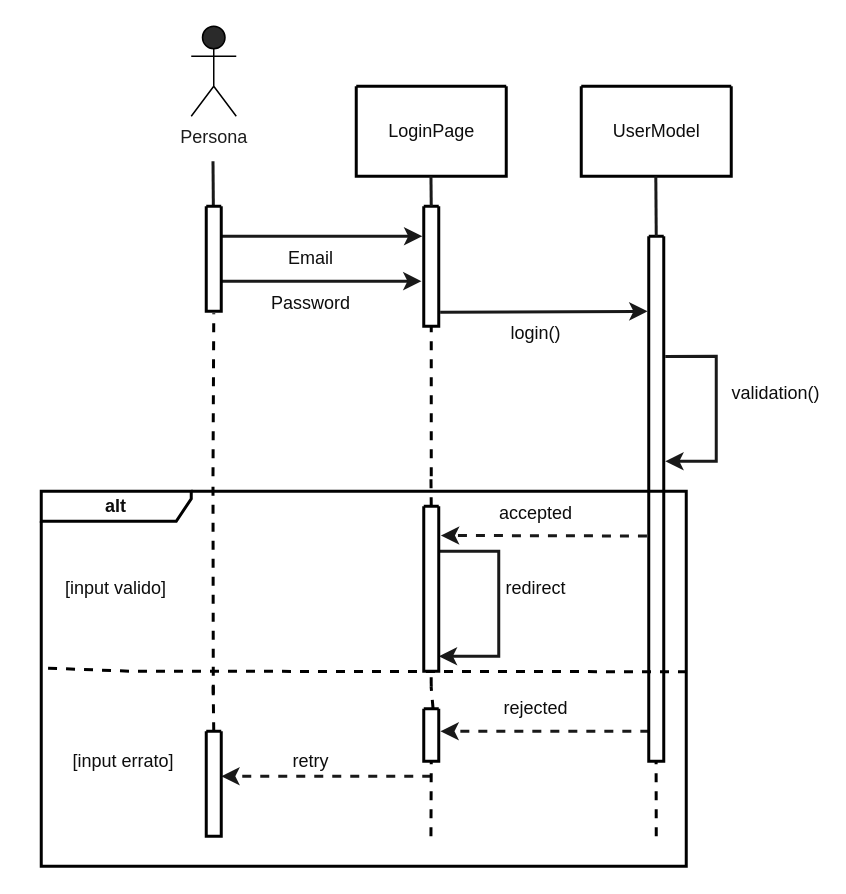
The draw.io diagram doc/LoginSeq.drawio in 446f6e6e79/ConfiguratoreAuto, before the edit. Source tidied: cells renumbered, new cells numbered last; positions are measured from the earlier drawing's top-left corner, leaving out a move shared by most shapes. Both pictures are drawn from the tidied source at 150%, with x=0, y=0 at pixel (26, 26).
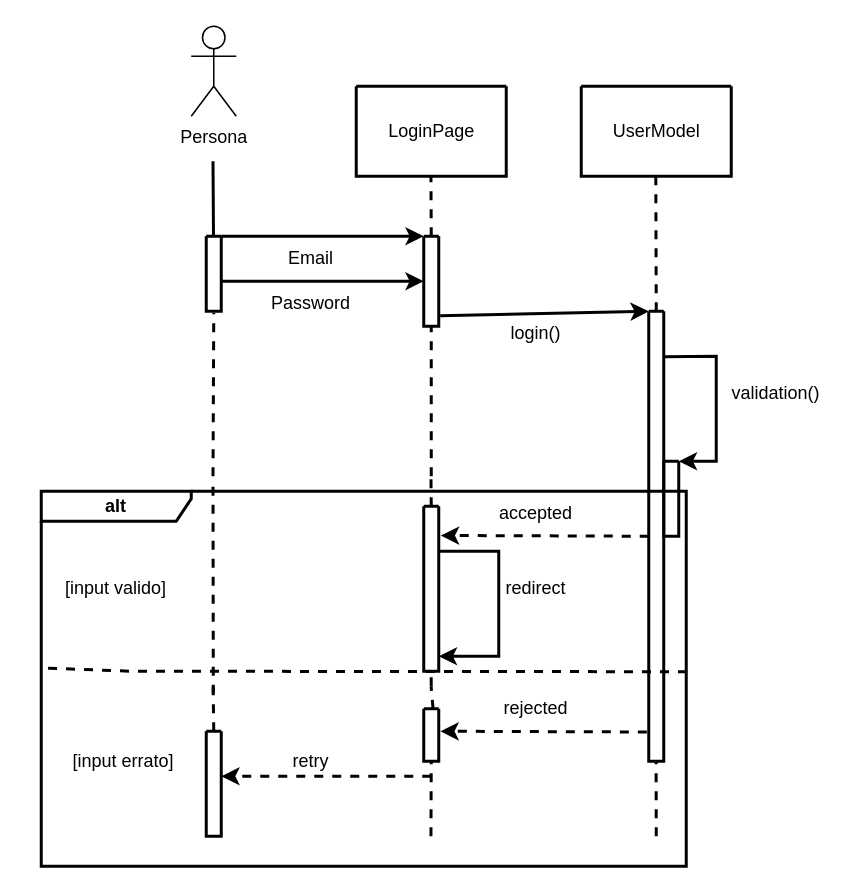
The same page after the edit.

The edit, as a diff of the source:
```diff
@@
-    <mxCell id="2" value="&lt;b&gt;alt&lt;/b&gt;" style="shape=umlFrame;whiteSpace=wrap;html=1;labelBackgroundColor=none;strokeColor=#000000;strokeWidth=2;fontColor=#0D0D0D;fillColor=none;width=100;height=20;" parent="1" vertex="1">
+    <mxCell id="2" value="&lt;b&gt;alt&lt;/b&gt;" style="shape=umlFrame;whiteSpace=wrap;html=1;labelBackgroundColor=none;strokeWidth=2;fillColor=none;width=100;height=20;" parent="1" vertex="1">
       <mxGeometry x="10" y="310" width="430" height="250" as="geometry" />
     </mxCell>
-    <mxCell id="3" value="Persona&lt;br&gt;" style="shape=umlActor;verticalLabelPosition=bottom;verticalAlign=top;html=1;fillColor=#2A2A2A;strokeColor=#000000;fontColor=#1C1C1C;" parent="1" vertex="1">
+    <mxCell id="3" value="Persona&lt;br&gt;" style="shape=umlActor;verticalLabelPosition=bottom;verticalAlign=top;html=1;" parent="1" vertex="1">
       <mxGeometry x="110" width="30" height="60" as="geometry" />
     </mxCell>
-    <mxCell id="4" style="endArrow=none;html=1;rounded=0;fontColor=#0D0D0D;strokeColor=#191919;strokeWidth=2;" parent="1" edge="1" source="13">
+    <mxCell id="4" style="endArrow=none;html=1;rounded=0;strokeWidth=2;" parent="1" edge="1" source="13">
       <mxGeometry relative="1" as="geometry">
         <mxPoint x="124.5" y="90" as="targetPoint" />
       </mxGeometry>
     </mxCell>
-    <mxCell id="5" style="swimlane;startSize=0;strokeColor=#000000;fontColor=#0D0D0D;fillColor=#2A2A2A;strokeWidth=2;" parent="1" vertex="1">
+    <mxCell id="5" style="swimlane;startSize=0;strokeWidth=2;" parent="1" vertex="1">
       <mxGeometry x="220" y="40" width="100" height="60" as="geometry" />
     </mxCell>
-    <mxCell id="6" value="LoginPage" style="text;html=1;align=center;verticalAlign=middle;strokeColor=none;fillColor=none;fontColor=#0D0D0D;" parent="5" vertex="1">
+    <mxCell id="6" value="LoginPage" style="text;html=1;align=center;verticalAlign=middle;strokeColor=none;fillColor=none;" parent="5" vertex="1">
       <mxGeometry x="10" y="15" width="80" height="30" as="geometry" />
     </mxCell>
-    <mxCell id="7" style="swimlane;startSize=0;strokeColor=#000000;fontColor=#0D0D0D;fillColor=#2A2A2A;strokeWidth=2;" parent="1" vertex="1">
+    <mxCell id="7" style="swimlane;startSize=0;strokeWidth=2;" parent="1" vertex="1">
       <mxGeometry x="370" y="40" width="100" height="60" as="geometry" />
     </mxCell>
-    <mxCell id="8" value="UserModel" style="text;html=1;align=center;verticalAlign=middle;strokeColor=none;fillColor=none;fontColor=#0D0D0D;" parent="7" vertex="1">
+    <mxCell id="8" value="UserModel" style="text;html=1;align=center;verticalAlign=middle;strokeColor=none;fillColor=none;" parent="7" vertex="1">
       <mxGeometry x="10" y="15" width="80" height="30" as="geometry" />
     </mxCell>
-    <mxCell id="9" style="endArrow=classic;html=1;rounded=0;strokeColor=#191919;strokeWidth=2;fontColor=#0D0D0D;entryX=-0.092;entryY=0.25;entryDx=0;entryDy=0;entryPerimeter=0;" parent="1" edge="1" target="26">
+    <mxCell id="9" style="endArrow=classic;html=1;rounded=0;strokeWidth=2;entryX=0;entryY=0;entryDx=0;entryDy=0;" parent="1" edge="1" target="26">
       <mxGeometry relative="1" as="geometry">
         <mxPoint x="130" y="140" as="sourcePoint" />
       </mxGeometry>
     </mxCell>
-    <mxCell id="10" style="endArrow=classic;html=1;rounded=0;strokeColor=#191919;strokeWidth=2;fontColor=#0D0D0D;entryX=-0.151;entryY=0.624;entryDx=0;entryDy=0;entryPerimeter=0;" parent="1" edge="1" target="26">
+    <mxCell id="10" style="endArrow=classic;html=1;rounded=0;strokeWidth=2;entryX=0;entryY=0.5;entryDx=0;entryDy=0;" parent="1" edge="1" target="26">
       <mxGeometry relative="1" as="geometry">
         <mxPoint x="130" y="170" as="sourcePoint" />
       </mxGeometry>
     </mxCell>
-    <mxCell id="11" value="Email" style="text;html=1;strokeColor=none;fillColor=none;align=center;verticalAlign=middle;whiteSpace=wrap;rounded=0;labelBackgroundColor=none;strokeWidth=2;fontColor=#0D0D0D;" parent="1" vertex="1">
+    <mxCell id="11" value="Email" style="text;html=1;strokeColor=none;fillColor=none;align=center;verticalAlign=middle;whiteSpace=wrap;rounded=0;labelBackgroundColor=none;strokeWidth=2;" parent="1" vertex="1">
       <mxGeometry x="160" y="140" width="60" height="30" as="geometry" />
     </mxCell>
-    <mxCell id="12" value="Password" style="text;html=1;strokeColor=none;fillColor=none;align=center;verticalAlign=middle;whiteSpace=wrap;rounded=0;labelBackgroundColor=none;strokeWidth=2;fontColor=#0D0D0D;" parent="1" vertex="1">
+    <mxCell id="12" value="Password" style="text;html=1;strokeColor=none;fillColor=none;align=center;verticalAlign=middle;whiteSpace=wrap;rounded=0;labelBackgroundColor=none;strokeWidth=2;" parent="1" vertex="1">
       <mxGeometry x="160" y="170" width="60" height="30" as="geometry" />
     </mxCell>
-    <mxCell id="13" style="swimlane;startSize=0;labelBackgroundColor=none;strokeColor=#000000;strokeWidth=2;fontColor=#0D0D0D;fillColor=#2A2A2A;" parent="1" vertex="1">
-      <mxGeometry x="120" y="120" width="10" height="70" as="geometry" />
+    <mxCell id="13" style="swimlane;startSize=0;labelBackgroundColor=none;strokeWidth=2;" parent="1" vertex="1">
+      <mxGeometry x="120" y="140" width="10" height="50" as="geometry" />
     </mxCell>
-    <mxCell id="14" style="endArrow=classic;html=1;rounded=0;strokeColor=#191919;strokeWidth=2;fontColor=#0D0D0D;exitX=1.095;exitY=0.883;exitDx=0;exitDy=0;exitPerimeter=0;entryX=-0.081;entryY=0.143;entryDx=0;entryDy=0;entryPerimeter=0;" parent="1" edge="1" source="26" target="28">
+    <mxCell id="14" style="endArrow=classic;html=1;rounded=0;strokeWidth=2;exitX=1.095;exitY=0.883;exitDx=0;exitDy=0;exitPerimeter=0;entryX=0;entryY=0;entryDx=0;entryDy=0;" parent="1" edge="1" source="26" target="28">
       <mxGeometry relative="1" as="geometry" />
     </mxCell>
-    <mxCell id="15" value="login()" style="text;html=1;strokeColor=none;fillColor=none;align=center;verticalAlign=middle;whiteSpace=wrap;rounded=0;labelBackgroundColor=none;strokeWidth=2;fontColor=#0D0D0D;" parent="1" vertex="1">
+    <mxCell id="15" value="login()" style="text;html=1;strokeColor=none;fillColor=none;align=center;verticalAlign=middle;whiteSpace=wrap;rounded=0;labelBackgroundColor=none;strokeWidth=2;" parent="1" vertex="1">
       <mxGeometry x="310" y="190" width="60" height="30" as="geometry" />
     </mxCell>
-    <mxCell id="16" style="endArrow=classic;html=1;rounded=0;strokeColor=#191919;strokeWidth=2;fontColor=#0D0D0D;exitX=1.102;exitY=0.229;exitDx=0;exitDy=0;exitPerimeter=0;" parent="1" edge="1" source="28">
+    <mxCell id="16" style="endArrow=classic;html=1;rounded=0;strokeWidth=2;exitX=1.039;exitY=0.101;exitDx=0;exitDy=0;exitPerimeter=0;entryX=1;entryY=0;entryDx=0;entryDy=0;" parent="1" edge="1" source="28" target="46">
       <mxGeometry relative="1" as="geometry">
-        <mxPoint x="426" y="290" as="targetPoint" />
         <Array as="points">
           <mxPoint x="460" y="220" />
           <mxPoint x="460" y="290" />
         </Array>
       </mxGeometry>
     </mxCell>
-    <mxCell id="17" value="validation()" style="text;html=1;strokeColor=none;fillColor=none;align=center;verticalAlign=middle;whiteSpace=wrap;rounded=0;labelBackgroundColor=none;strokeWidth=2;fontColor=#0D0D0D;" parent="1" vertex="1">
+    <mxCell id="17" value="validation()" style="text;html=1;strokeColor=none;fillColor=none;align=center;verticalAlign=middle;whiteSpace=wrap;rounded=0;labelBackgroundColor=none;strokeWidth=2;" parent="1" vertex="1">
       <mxGeometry x="470" y="230" width="60" height="30" as="geometry" />
     </mxCell>
-    <mxCell id="18" style="endArrow=classic;html=1;rounded=0;dashed=1;strokeColor=#191919;strokeWidth=2;fontColor=#0D0D0D;exitX=-0.12;exitY=0.571;exitDx=0;exitDy=0;exitPerimeter=0;entryX=1.141;entryY=0.177;entryDx=0;entryDy=0;entryPerimeter=0;" parent="1" edge="1" source="28" target="38">
+    <mxCell id="18" style="endArrow=classic;html=1;rounded=0;dashed=1;strokeWidth=2;exitX=0;exitY=0.5;exitDx=0;exitDy=0;entryX=1.141;entryY=0.177;entryDx=0;entryDy=0;entryPerimeter=0;" parent="1" edge="1" source="28" target="38">
       <mxGeometry relative="1" as="geometry" />
     </mxCell>
-    <mxCell id="19" value="accepted" style="text;html=1;strokeColor=none;fillColor=none;align=center;verticalAlign=middle;whiteSpace=wrap;rounded=0;labelBackgroundColor=none;strokeWidth=2;fontColor=#0D0D0D;" parent="1" vertex="1">
+    <mxCell id="19" value="accepted" style="text;html=1;strokeColor=none;fillColor=none;align=center;verticalAlign=middle;whiteSpace=wrap;rounded=0;labelBackgroundColor=none;strokeWidth=2;" parent="1" vertex="1">
       <mxGeometry x="310" y="310" width="60" height="30" as="geometry" />
     </mxCell>
-    <mxCell id="20" style="endArrow=classic;html=1;rounded=0;strokeColor=#191919;strokeWidth=2;fontColor=#0D0D0D;" parent="1" edge="1">
+    <mxCell id="20" style="endArrow=classic;html=1;rounded=0;strokeWidth=2;" parent="1" edge="1">
       <mxGeometry relative="1" as="geometry">
         <mxPoint x="275" y="350" as="sourcePoint" />
         <mxPoint x="275" y="420" as="targetPoint" />
         <Array as="points">
           <mxPoint x="315" y="350" />
           <mxPoint x="315" y="420" />
         </Array>
       </mxGeometry>
     </mxCell>
-    <mxCell id="21" value="redirect" style="text;html=1;strokeColor=none;fillColor=none;align=center;verticalAlign=middle;whiteSpace=wrap;rounded=0;labelBackgroundColor=none;strokeWidth=2;fontColor=#0D0D0D;" parent="1" vertex="1">
+    <mxCell id="21" value="redirect" style="text;html=1;strokeColor=none;fillColor=none;align=center;verticalAlign=middle;whiteSpace=wrap;rounded=0;labelBackgroundColor=none;strokeWidth=2;" parent="1" vertex="1">
       <mxGeometry x="310" y="360" width="60" height="30" as="geometry" />
     </mxCell>
-    <mxCell id="22" style="endArrow=classic;html=1;rounded=0;dashed=1;strokeColor=#191919;strokeWidth=2;fontColor=#0D0D0D;exitX=0.039;exitY=0.943;exitDx=0;exitDy=0;exitPerimeter=0;entryX=1.111;entryY=0.428;entryDx=0;entryDy=0;entryPerimeter=0;" parent="1" edge="1" source="28" target="40">
+    <mxCell id="22" style="endArrow=classic;html=1;rounded=0;dashed=1;strokeWidth=2;exitX=-0.127;exitY=0.935;exitDx=0;exitDy=0;exitPerimeter=0;entryX=1.111;entryY=0.428;entryDx=0;entryDy=0;entryPerimeter=0;" parent="1" edge="1" source="28" target="40">
       <mxGeometry relative="1" as="geometry" />
     </mxCell>
-    <mxCell id="23" value="rejected" style="text;html=1;strokeColor=none;fillColor=none;align=center;verticalAlign=middle;whiteSpace=wrap;rounded=0;labelBackgroundColor=none;strokeWidth=2;fontColor=#0D0D0D;" parent="1" vertex="1">
+    <mxCell id="23" value="rejected" style="text;html=1;strokeColor=none;fillColor=none;align=center;verticalAlign=middle;whiteSpace=wrap;rounded=0;labelBackgroundColor=none;strokeWidth=2;" parent="1" vertex="1">
       <mxGeometry x="310" y="440" width="60" height="30" as="geometry" />
     </mxCell>
-    <mxCell id="24" style="endArrow=classic;html=1;rounded=0;dashed=1;strokeColor=#191919;strokeWidth=2;fontColor=#0D0D0D;" parent="1" edge="1">
+    <mxCell id="24" style="endArrow=classic;html=1;rounded=0;dashed=1;strokeWidth=2;" parent="1" edge="1">
       <mxGeometry relative="1" as="geometry">
         <mxPoint x="270" y="500" as="sourcePoint" />
         <mxPoint x="130" y="500" as="targetPoint" />
       </mxGeometry>
     </mxCell>
-    <mxCell id="25" value="retry" style="text;html=1;strokeColor=none;fillColor=none;align=center;verticalAlign=middle;whiteSpace=wrap;rounded=0;labelBackgroundColor=none;strokeWidth=2;fontColor=#0D0D0D;" parent="1" vertex="1">
+    <mxCell id="25" value="retry" style="text;html=1;strokeColor=none;fillColor=none;align=center;verticalAlign=middle;whiteSpace=wrap;rounded=0;labelBackgroundColor=none;strokeWidth=2;" parent="1" vertex="1">
       <mxGeometry x="160" y="475" width="60" height="30" as="geometry" />
     </mxCell>
-    <mxCell id="26" style="swimlane;startSize=0;labelBackgroundColor=none;strokeColor=#000000;strokeWidth=2;fontColor=#0D0D0D;fillColor=#2A2A2A;" parent="1" vertex="1">
-      <mxGeometry x="265" y="120" width="10" height="80" as="geometry" />
+    <mxCell id="26" style="swimlane;startSize=0;labelBackgroundColor=none;strokeWidth=2;" parent="1" vertex="1">
+      <mxGeometry x="265" y="140" width="10" height="60" as="geometry" />
     </mxCell>
-    <mxCell id="27" style="endArrow=none;html=1;rounded=0;fontColor=#0D0D0D;strokeColor=#191919;strokeWidth=2;" parent="1" edge="1">
+    <mxCell id="27" style="endArrow=none;html=1;rounded=0;strokeWidth=2;exitX=0.5;exitY=0;exitDx=0;exitDy=0;dashed=1;" parent="1" edge="1" source="26">
       <mxGeometry relative="1" as="geometry">
-        <mxPoint x="270" y="120" as="sourcePoint" />
         <mxPoint x="269.8" y="100" as="targetPoint" />
       </mxGeometry>
     </mxCell>
-    <mxCell id="28" style="swimlane;startSize=0;labelBackgroundColor=none;strokeColor=#000000;strokeWidth=2;fontColor=#0D0D0D;fillColor=#2A2A2A;" parent="1" vertex="1">
-      <mxGeometry x="415" y="140" width="10" height="350" as="geometry" />
+    <mxCell id="28" style="swimlane;startSize=0;labelBackgroundColor=none;strokeWidth=2;" parent="1" vertex="1">
+      <mxGeometry x="415" y="190" width="10" height="300" as="geometry" />
     </mxCell>
-    <mxCell id="29" style="endArrow=none;html=1;rounded=0;fontColor=#0D0D0D;strokeColor=#191919;strokeWidth=2;exitX=0.5;exitY=0;exitDx=0;exitDy=0;" parent="1" edge="1" source="28">
+    <mxCell id="29" style="endArrow=none;html=1;rounded=0;strokeWidth=2;exitX=0.5;exitY=0;exitDx=0;exitDy=0;dashed=1;" parent="1" edge="1" source="28">
       <mxGeometry relative="1" as="geometry">
         <mxPoint x="419.7" y="100" as="targetPoint" />
       </mxGeometry>
     </mxCell>
-    <mxCell id="30" style="endArrow=none;dashed=1;html=1;rounded=0;entryX=0.5;entryY=1;entryDx=0;entryDy=0;strokeWidth=2;strokeColor=#000000;" parent="1" edge="1" target="26">
+    <mxCell id="30" style="endArrow=none;dashed=1;html=1;rounded=0;entryX=0.5;entryY=1;entryDx=0;entryDy=0;strokeWidth=2;" parent="1" edge="1" target="26">
       <mxGeometry relative="1" as="geometry">
         <mxPoint x="270" y="300" as="sourcePoint" />
       </mxGeometry>
     </mxCell>
-    <mxCell id="31" style="endArrow=none;dashed=1;html=1;rounded=0;entryX=0.5;entryY=1;entryDx=0;entryDy=0;strokeWidth=2;strokeColor=#000000;exitX=0.5;exitY=0;exitDx=0;exitDy=0;" parent="1" edge="1" source="38">
+    <mxCell id="31" style="endArrow=none;dashed=1;html=1;rounded=0;entryX=0.5;entryY=1;entryDx=0;entryDy=0;strokeWidth=2;exitX=0.5;exitY=0;exitDx=0;exitDy=0;" parent="1" edge="1" source="38">
       <mxGeometry relative="1" as="geometry">
         <mxPoint x="269.8" y="300" as="targetPoint" />
       </mxGeometry>
     </mxCell>
-    <mxCell id="32" style="endArrow=none;dashed=1;html=1;rounded=0;entryX=0.5;entryY=1;entryDx=0;entryDy=0;exitX=0.622;exitY=0;exitDx=0;exitDy=0;exitPerimeter=0;strokeWidth=2;strokeColor=#000000;startArrow=none;" parent="1" edge="1" source="40">
+    <mxCell id="32" style="endArrow=none;dashed=1;html=1;rounded=0;entryX=0.5;entryY=1;entryDx=0;entryDy=0;exitX=0.622;exitY=0;exitDx=0;exitDy=0;exitPerimeter=0;strokeWidth=2;startArrow=none;" parent="1" edge="1" source="40">
       <mxGeometry relative="1" as="geometry">
         <mxPoint x="269.9" y="440" as="targetPoint" />
       </mxGeometry>
     </mxCell>
-    <mxCell id="33" style="endArrow=none;dashed=1;html=1;rounded=0;entryX=0.501;entryY=1.02;entryDx=0;entryDy=0;exitX=0.622;exitY=0;exitDx=0;exitDy=0;exitPerimeter=0;strokeWidth=2;strokeColor=#000000;entryPerimeter=0;" parent="1" edge="1" target="13">
+    <mxCell id="33" style="endArrow=none;dashed=1;html=1;rounded=0;entryX=0.501;entryY=1.02;entryDx=0;entryDy=0;exitX=0.622;exitY=0;exitDx=0;exitDy=0;exitPerimeter=0;strokeWidth=2;entryPerimeter=0;" parent="1" edge="1" target="13">
       <mxGeometry relative="1" as="geometry">
         <mxPoint x="124.5" y="300" as="sourcePoint" />
       </mxGeometry>
     </mxCell>
-    <mxCell id="34" style="endArrow=none;dashed=1;html=1;rounded=0;entryX=0.5;entryY=1;entryDx=0;entryDy=0;strokeWidth=2;strokeColor=#000000;" parent="1" edge="1">
+    <mxCell id="34" style="endArrow=none;dashed=1;html=1;rounded=0;entryX=0.5;entryY=1;entryDx=0;entryDy=0;strokeWidth=2;" parent="1" edge="1">
       <mxGeometry relative="1" as="geometry">
         <mxPoint x="124.7" y="445" as="sourcePoint" />
         <mxPoint x="124.5" y="305" as="targetPoint" />
       </mxGeometry>
     </mxCell>
-    <mxCell id="35" style="endArrow=none;dashed=1;html=1;rounded=0;entryX=0.5;entryY=1;entryDx=0;entryDy=0;exitX=0.5;exitY=0;exitDx=0;exitDy=0;strokeWidth=2;strokeColor=#000000;startArrow=none;" parent="1" edge="1" source="36">
+    <mxCell id="35" style="endArrow=none;dashed=1;html=1;rounded=0;entryX=0.5;entryY=1;entryDx=0;entryDy=0;exitX=0.5;exitY=0;exitDx=0;exitDy=0;strokeWidth=2;startArrow=none;" parent="1" edge="1" source="36">
       <mxGeometry relative="1" as="geometry">
         <mxPoint x="124.6" y="440" as="targetPoint" />
       </mxGeometry>
     </mxCell>
-    <mxCell id="36" style="swimlane;startSize=0;labelBackgroundColor=none;strokeColor=#000000;strokeWidth=2;fontColor=#0D0D0D;fillColor=#2A2A2A;" parent="1" vertex="1">
+    <mxCell id="36" style="swimlane;startSize=0;labelBackgroundColor=none;strokeWidth=2;" parent="1" vertex="1">
       <mxGeometry x="120" y="470" width="10" height="70" as="geometry" />
     </mxCell>
-    <mxCell id="37" style="endArrow=none;dashed=1;html=1;rounded=0;entryX=0.5;entryY=1;entryDx=0;entryDy=0;exitX=0.622;exitY=0;exitDx=0;exitDy=0;exitPerimeter=0;strokeWidth=2;strokeColor=#000000;" parent="1" edge="1" target="36">
+    <mxCell id="37" style="endArrow=none;dashed=1;html=1;rounded=0;entryX=0.5;entryY=1;entryDx=0;entryDy=0;exitX=0.622;exitY=0;exitDx=0;exitDy=0;exitPerimeter=0;strokeWidth=2;" parent="1" edge="1" target="36">
       <mxGeometry relative="1" as="geometry">
         <mxPoint x="124.5" y="540" as="sourcePoint" />
       </mxGeometry>
     </mxCell>
-    <mxCell id="38" style="swimlane;startSize=0;labelBackgroundColor=none;strokeColor=#000000;strokeWidth=2;fontColor=#0D0D0D;fillColor=#2A2A2A;" parent="1" vertex="1">
+    <mxCell id="38" style="swimlane;startSize=0;labelBackgroundColor=none;strokeWidth=2;" parent="1" vertex="1">
       <mxGeometry x="265" y="320" width="10" height="110" as="geometry" />
     </mxCell>
-    <mxCell id="39" style="endArrow=none;dashed=1;html=1;rounded=0;entryX=0.5;entryY=1;entryDx=0;entryDy=0;strokeWidth=2;strokeColor=#000000;" parent="1" edge="1">
+    <mxCell id="39" style="endArrow=none;dashed=1;html=1;rounded=0;entryX=0.5;entryY=1;entryDx=0;entryDy=0;strokeWidth=2;" parent="1" edge="1">
       <mxGeometry relative="1" as="geometry">
         <mxPoint x="270" y="440" as="sourcePoint" />
         <mxPoint x="269.9" y="430" as="targetPoint" />
       </mxGeometry>
     </mxCell>
-    <mxCell id="40" style="swimlane;startSize=0;labelBackgroundColor=none;strokeColor=#000000;strokeWidth=2;fontColor=#0D0D0D;fillColor=#2A2A2A;" parent="1" vertex="1">
+    <mxCell id="40" style="swimlane;startSize=0;labelBackgroundColor=none;strokeWidth=2;" parent="1" vertex="1">
       <mxGeometry x="265" y="455" width="10" height="35" as="geometry" />
     </mxCell>
-    <mxCell id="41" style="endArrow=none;dashed=1;html=1;rounded=0;entryX=0.5;entryY=1;entryDx=0;entryDy=0;exitX=0.622;exitY=0;exitDx=0;exitDy=0;exitPerimeter=0;strokeWidth=2;strokeColor=#000000;" parent="1" edge="1" target="40">
+    <mxCell id="41" style="endArrow=none;dashed=1;html=1;rounded=0;entryX=0.5;entryY=1;entryDx=0;entryDy=0;exitX=0.622;exitY=0;exitDx=0;exitDy=0;exitPerimeter=0;strokeWidth=2;" parent="1" edge="1" target="40">
       <mxGeometry relative="1" as="geometry">
         <mxPoint x="269.8" y="540" as="sourcePoint" />
       </mxGeometry>
     </mxCell>
-    <mxCell id="42" style="endArrow=none;dashed=1;html=1;rounded=0;entryX=0.5;entryY=1;entryDx=0;entryDy=0;strokeWidth=2;strokeColor=#000000;" parent="1" edge="1">
+    <mxCell id="42" style="endArrow=none;dashed=1;html=1;rounded=0;entryX=0.5;entryY=1;entryDx=0;entryDy=0;strokeWidth=2;" parent="1" edge="1">
       <mxGeometry relative="1" as="geometry">
         <mxPoint x="420" y="540" as="sourcePoint" />
         <mxPoint x="419.9" y="490" as="targetPoint" />
       </mxGeometry>
     </mxCell>
-    <mxCell id="43" style="endArrow=none;dashed=1;html=1;rounded=0;strokeWidth=2;strokeColor=#000000;entryX=-0.002;entryY=0.471;entryDx=0;entryDy=0;entryPerimeter=0;exitX=1.001;exitY=0.543;exitDx=0;exitDy=0;exitPerimeter=0;" parent="1" edge="1" target="2">
+    <mxCell id="43" style="endArrow=none;dashed=1;html=1;rounded=0;strokeWidth=2;entryX=-0.002;entryY=0.471;entryDx=0;entryDy=0;entryPerimeter=0;exitX=1.001;exitY=0.543;exitDx=0;exitDy=0;exitPerimeter=0;" parent="1" edge="1" target="2">
       <mxGeometry relative="1" as="geometry">
         <mxPoint x="440.5" y="430.3" as="sourcePoint" />
         <Array as="points">
           <mxPoint x="70" y="430" />
         </Array>
       </mxGeometry>
     </mxCell>
-    <mxCell id="44" value="[input valido]" style="text;html=1;strokeColor=none;fillColor=none;align=center;verticalAlign=middle;whiteSpace=wrap;rounded=0;labelBackgroundColor=none;strokeWidth=2;fontColor=#0D0D0D;" parent="1" vertex="1">
+    <mxCell id="44" value="[input valido]" style="text;html=1;strokeColor=none;fillColor=none;align=center;verticalAlign=middle;whiteSpace=wrap;rounded=0;labelBackgroundColor=none;strokeWidth=2;" parent="1" vertex="1">
       <mxGeometry x="10" y="360" width="100" height="30" as="geometry" />
     </mxCell>
-    <mxCell id="45" value="[input errato]" style="text;html=1;strokeColor=none;fillColor=none;align=center;verticalAlign=middle;whiteSpace=wrap;rounded=0;labelBackgroundColor=none;strokeWidth=2;fontColor=#0D0D0D;" parent="1" vertex="1">
+    <mxCell id="45" value="[input errato]" style="text;html=1;strokeColor=none;fillColor=none;align=center;verticalAlign=middle;whiteSpace=wrap;rounded=0;labelBackgroundColor=none;strokeWidth=2;" parent="1" vertex="1">
       <mxGeometry y="475" width="130" height="30" as="geometry" />
     </mxCell>
+    <mxCell id="46" style="swimlane;startSize=0;labelBackgroundColor=none;strokeWidth=2;" parent="1" vertex="1">
+      <mxGeometry x="425" y="290" width="10" height="50" as="geometry" />
+    </mxCell>
```
